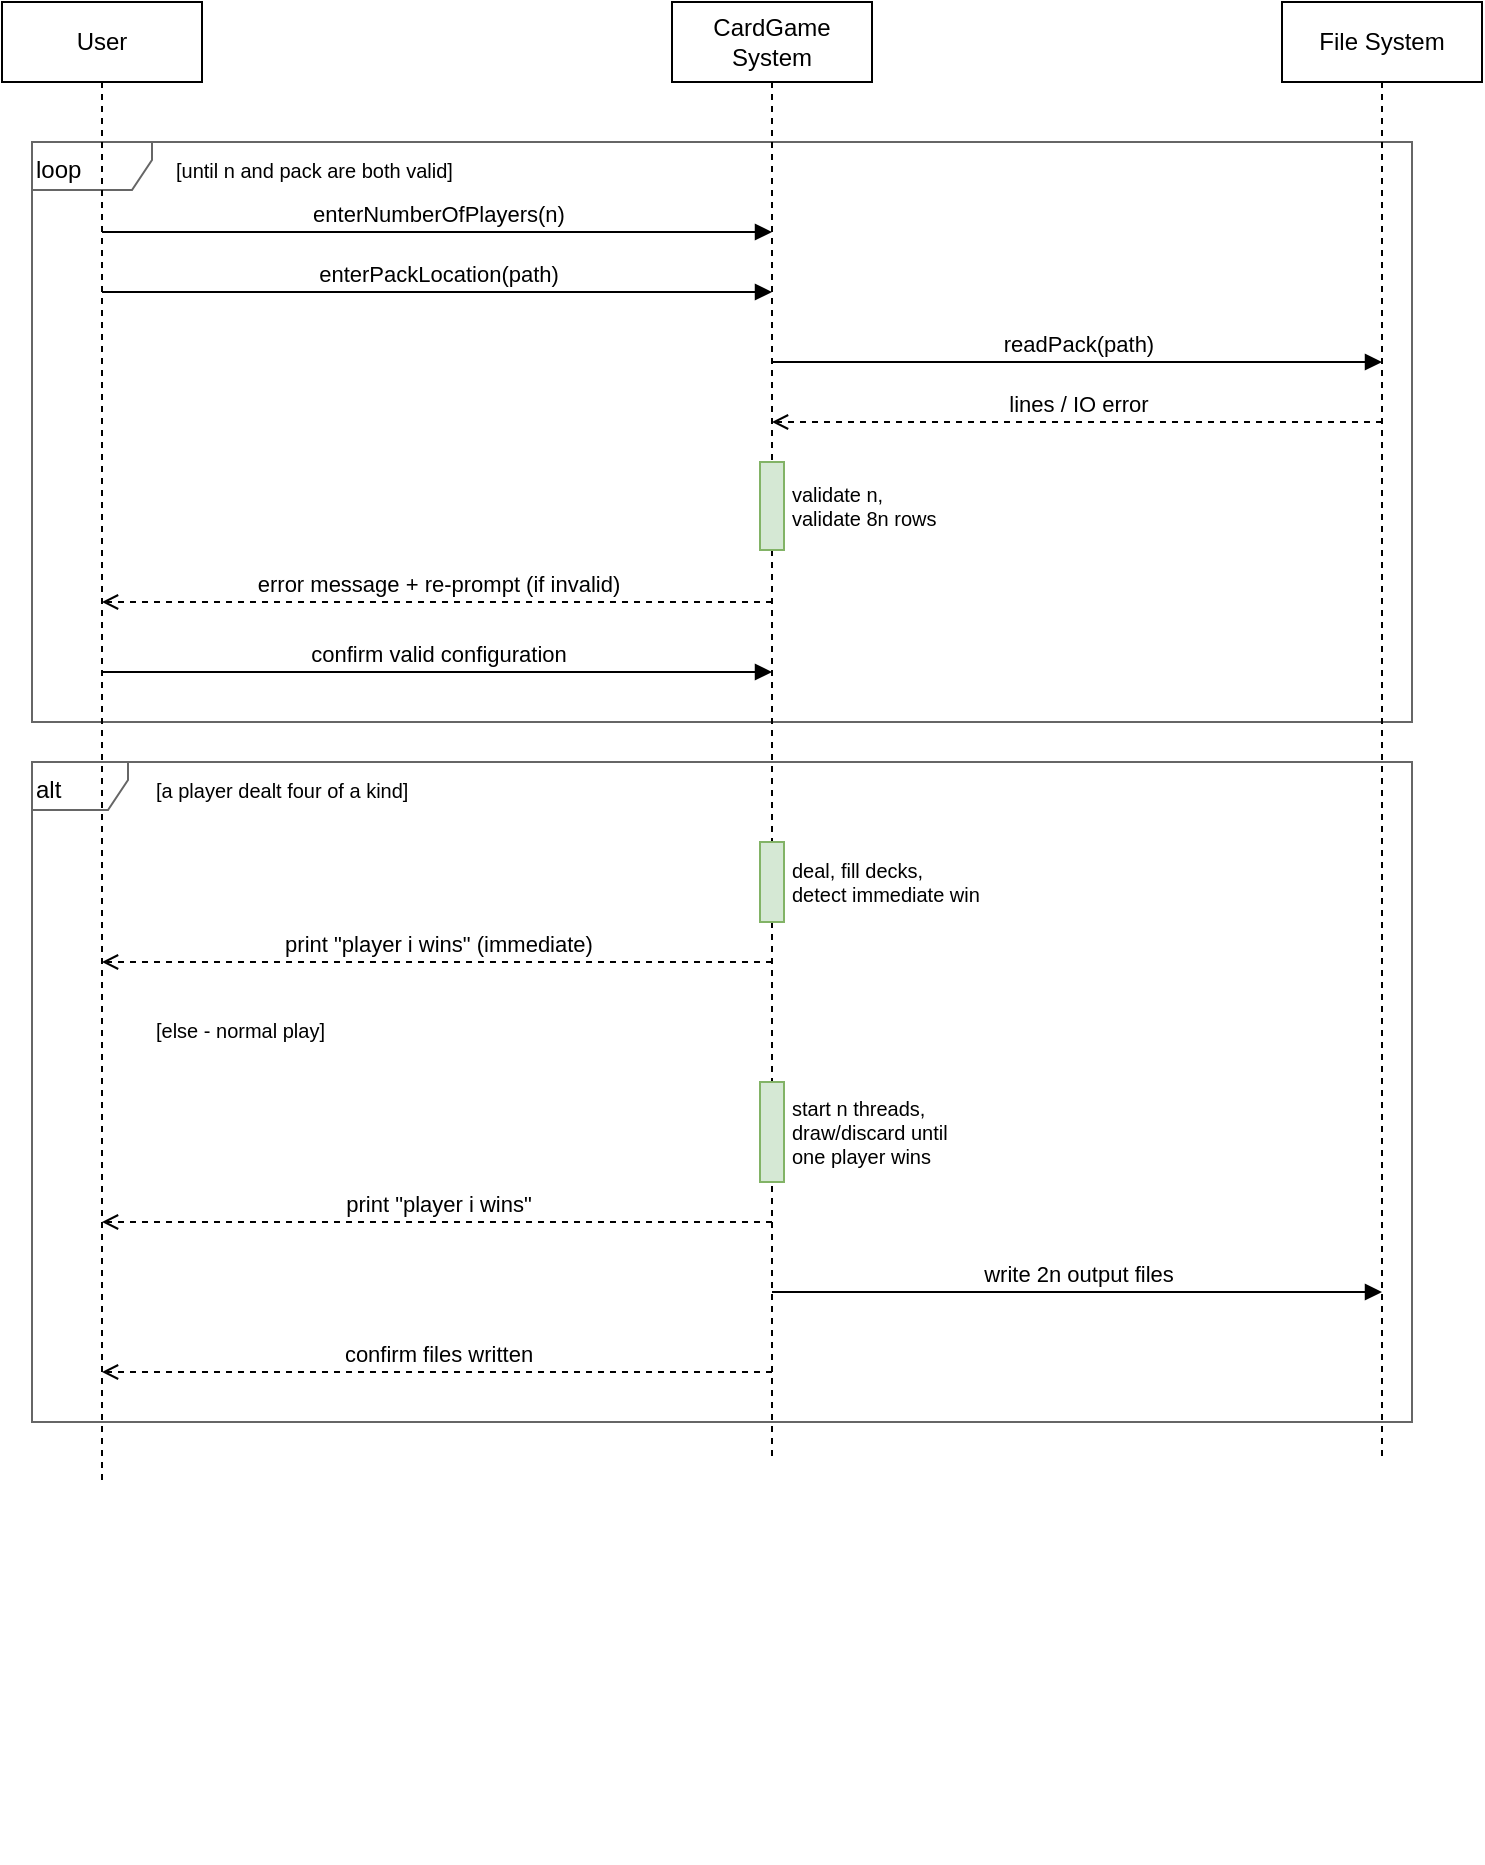
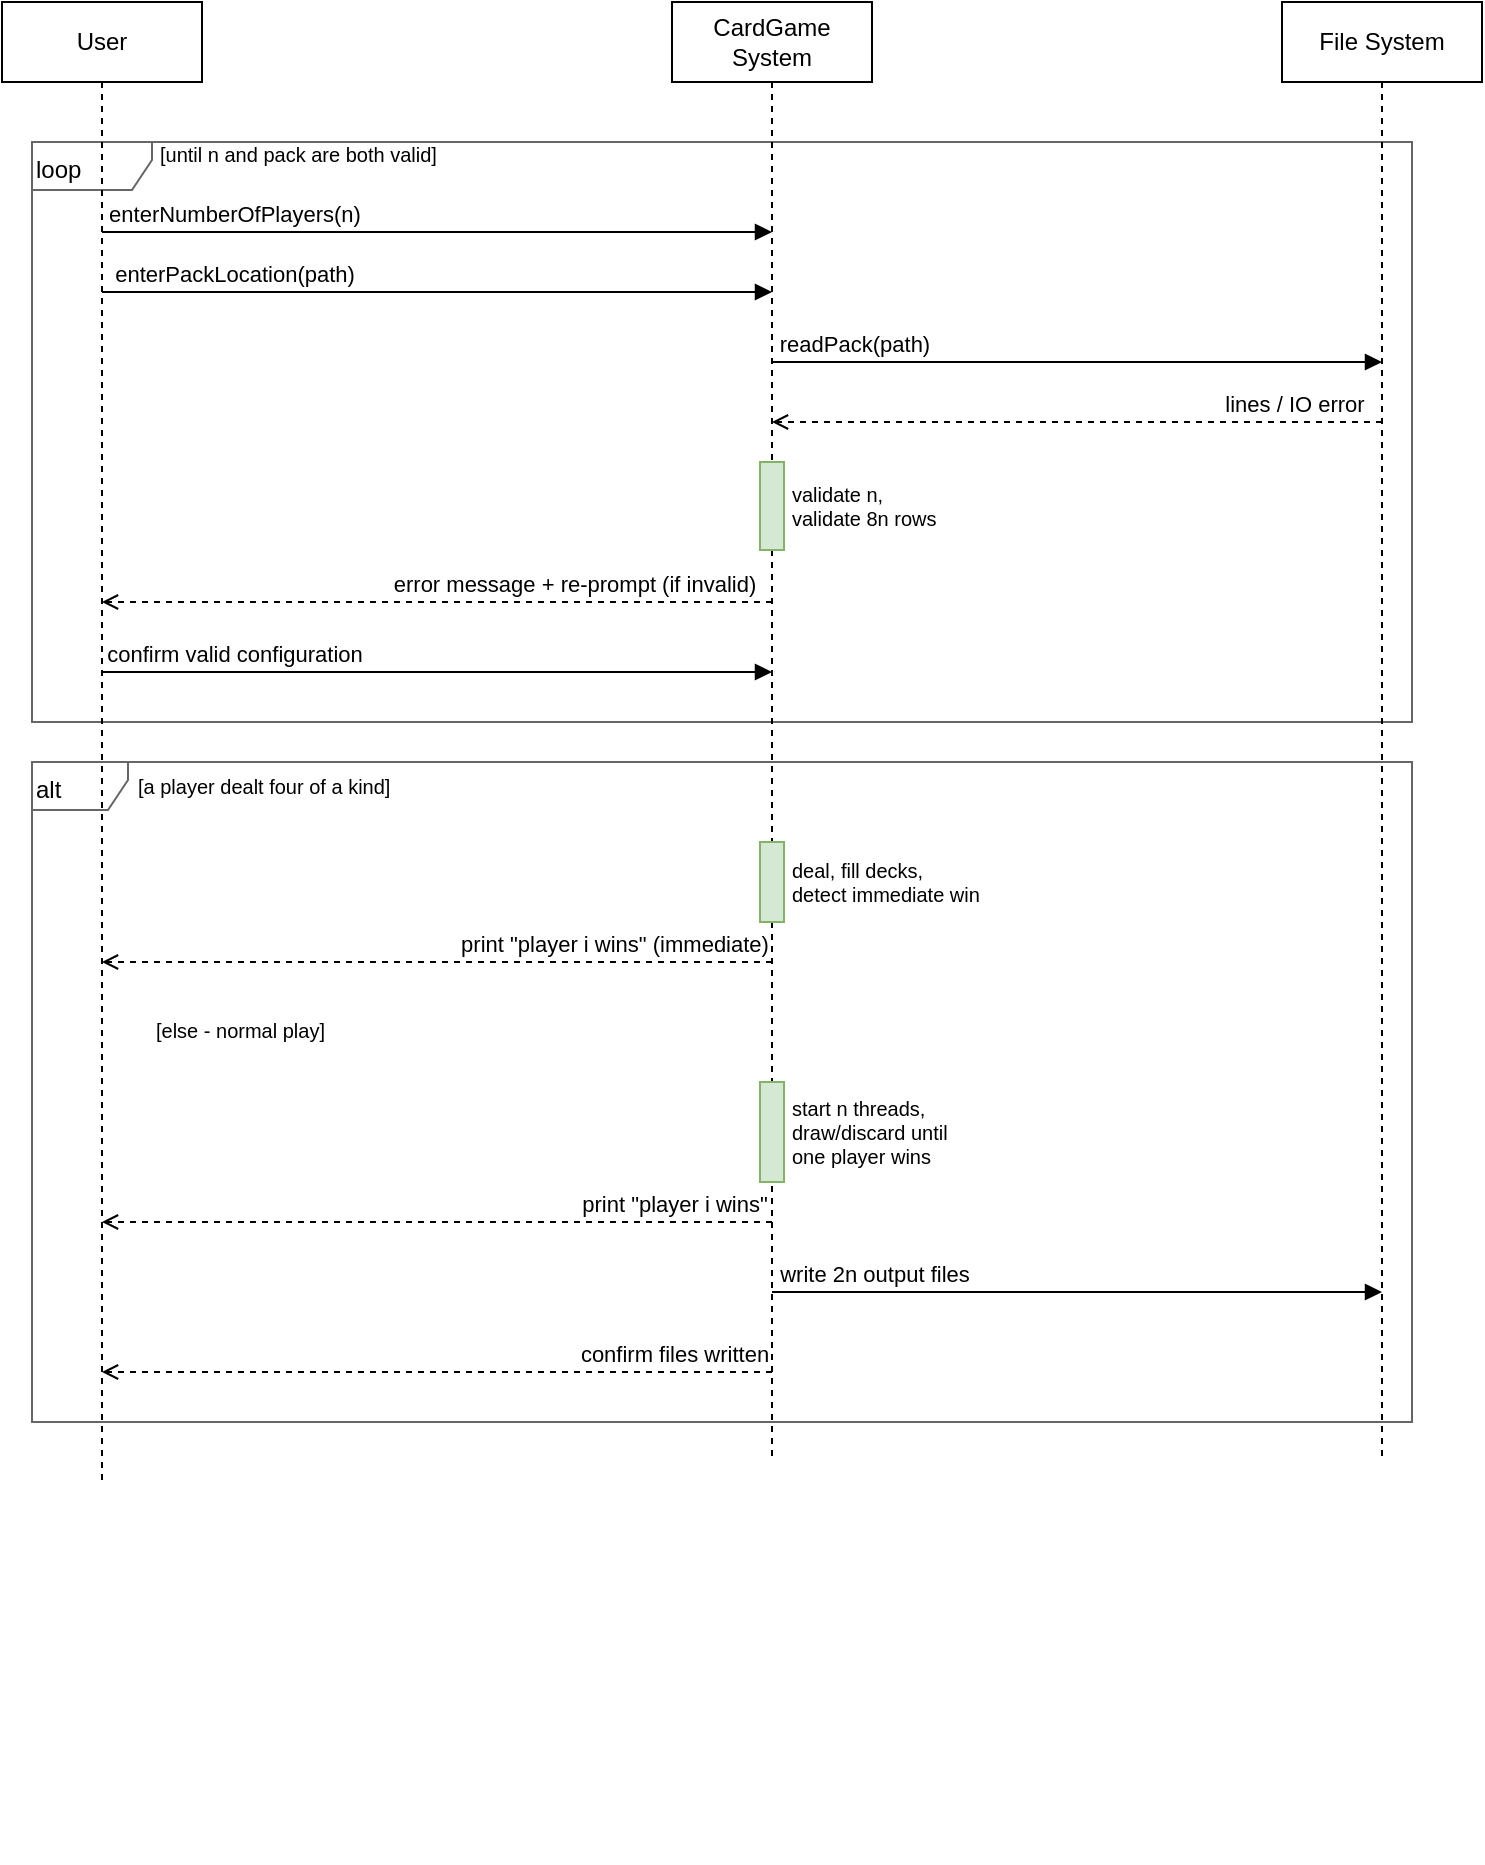
<mxfile host="app.diagrams.net">
  <diagram name="System Sequence Diagram" id="ssd">
    <mxGraphModel grid="1" page="1" gridSize="10" guides="1" tooltips="1" connect="1" arrows="1" fold="1" pageScale="1" pageWidth="850" pageHeight="1100" math="0" shadow="0">
      <root>
        <mxCell id="0" />
        <mxCell id="1" parent="0" />
+         <mxCell id="altFrag" parent="1" style="shape=umlFrame;whiteSpace=wrap;html=1;width=48;height=24;fillColor=none;strokeColor=#666666;align=left;verticalAlign=top;" value="alt" vertex="1">
+           <mxGeometry height="330" width="690" x="79" y="440" as="geometry" />
+         </mxCell>
        <mxCell id="userLine" edge="1" parent="1" style="html=1;points=[];perimeter=orthogonalPerimeter;startSize=8;endSize=8;dashed=1;strokeColor=#999999;" value="">
          <mxGeometry x="75" y="100" as="geometry">
            <mxPoint x="114" y="980" as="sourcePoint" />
            <mxPoint x="114" y="980" as="targetPoint" />
          </mxGeometry>
        </mxCell>
        <mxCell id="sysLine" edge="1" parent="1" style="html=1;dashed=1;strokeColor=#999999;" value="">
          <mxGeometry x="410" y="80" as="geometry">
            <mxPoint x="449" y="980" as="sourcePoint" />
            <mxPoint x="449" y="980" as="targetPoint" />
          </mxGeometry>
        </mxCell>
        <mxCell id="fsLine" edge="1" parent="1" style="html=1;dashed=1;strokeColor=#999999;" value="">
          <mxGeometry x="715" y="100" as="geometry">
            <mxPoint x="754" y="980" as="sourcePoint" />
            <mxPoint x="754" y="980" as="targetPoint" />
          </mxGeometry>
        </mxCell>
        <mxCell id="loopFrag" parent="1" style="shape=umlFrame;whiteSpace=wrap;html=1;width=60;height=24;fillColor=none;strokeColor=#666666;align=left;verticalAlign=top;" value="loop" vertex="1">
          <mxGeometry height="290" width="690" x="79" y="130" as="geometry" />
        </mxCell>
        <mxCell id="loopGuard" parent="1" style="text;html=1;align=left;fontSize=10;" value="[until n and pack are both valid]" vertex="1">
-           <mxGeometry height="20" width="240" x="149" y="132" as="geometry" />
+           <mxGeometry height="20" width="240" x="141" y="124" as="geometry" />
        </mxCell>
        <mxCell id="m1" edge="1" parent="1" style="html=1;verticalAlign=bottom;endArrow=block;endFill=1;" value="enterNumberOfPlayers(n)">
-           <mxGeometry relative="1" as="geometry">
+           <mxGeometry relative="1" x="-0.606" as="geometry">
+             <mxPoint as="offset" />
            <mxPoint x="114" y="175" as="sourcePoint" />
            <mxPoint x="449" y="175" as="targetPoint" />
          </mxGeometry>
        </mxCell>
        <mxCell id="m2" edge="1" parent="1" style="html=1;verticalAlign=bottom;endArrow=block;endFill=1;" value="enterPackLocation(path)">
-           <mxGeometry relative="1" as="geometry">
+           <mxGeometry relative="1" x="-0.606" as="geometry">
+             <mxPoint as="offset" />
            <mxPoint x="114" y="205" as="sourcePoint" />
            <mxPoint x="449" y="205" as="targetPoint" />
          </mxGeometry>
        </mxCell>
        <mxCell id="m3" edge="1" parent="1" style="html=1;verticalAlign=bottom;endArrow=block;endFill=1;" value="readPack(path)">
-           <mxGeometry relative="1" as="geometry">
+           <mxGeometry relative="1" x="-0.7311" as="geometry">
+             <mxPoint as="offset" />
            <mxPoint x="449" y="240" as="sourcePoint" />
            <mxPoint x="754" y="240" as="targetPoint" />
          </mxGeometry>
        </mxCell>
        <mxCell id="m4" edge="1" parent="1" style="html=1;verticalAlign=bottom;endArrow=open;endFill=0;dashed=1;" value="lines / IO error">
-           <mxGeometry relative="1" as="geometry">
+           <mxGeometry relative="1" x="-0.7115" as="geometry">
+             <mxPoint as="offset" />
            <mxPoint x="754" y="270" as="sourcePoint" />
            <mxPoint x="449" y="270" as="targetPoint" />
          </mxGeometry>
        </mxCell>
        <mxCell id="m5" edge="1" parent="1" style="html=1;verticalAlign=bottom;endArrow=open;endFill=0;dashed=1;" value="error message + re-prompt (if invalid)">
-           <mxGeometry relative="1" as="geometry">
+           <mxGeometry relative="1" x="-0.409" as="geometry">
+             <mxPoint as="offset" />
            <mxPoint x="449" y="360" as="sourcePoint" />
            <mxPoint x="114" y="360" as="targetPoint" />
          </mxGeometry>
        </mxCell>
        <mxCell id="m6" edge="1" parent="1" style="html=1;verticalAlign=bottom;endArrow=block;endFill=1;" value="confirm valid configuration">
-           <mxGeometry relative="1" as="geometry">
+           <mxGeometry relative="1" x="-0.606" as="geometry">
+             <mxPoint as="offset" />
            <mxPoint x="114" y="395" as="sourcePoint" />
            <mxPoint x="449" y="395" as="targetPoint" />
          </mxGeometry>
        </mxCell>
        <mxCell id="altGuard1" parent="1" style="text;html=1;align=left;fontSize=10;" value="[a player dealt four of a kind]" vertex="1">
-           <mxGeometry height="20" width="240" x="139" y="442" as="geometry" />
+           <mxGeometry height="20" width="240" x="130" y="440" as="geometry" />
        </mxCell>
        <mxCell id="m7" edge="1" parent="1" style="html=1;verticalAlign=bottom;endArrow=open;endFill=0;dashed=1;" value="print &quot;player i wins&quot; (immediate)">
-           <mxGeometry relative="1" as="geometry">
+           <mxGeometry relative="1" x="-0.5284" as="geometry">
+             <mxPoint as="offset" />
            <mxPoint x="449" y="540" as="sourcePoint" />
            <mxPoint x="114" y="540" as="targetPoint" />
          </mxGeometry>
        </mxCell>
        <mxCell id="altDiv" edge="1" parent="1" style="line;strokeWidth=1;html=1;dashed=1;strokeColor=#999999;" value="">
          <mxGeometry relative="1" as="geometry">
            <mxPoint x="79" y="560" as="sourcePoint" />
            <mxPoint x="769" y="560" as="targetPoint" />
          </mxGeometry>
        </mxCell>
        <mxCell id="altGuard2" parent="1" style="text;html=1;align=left;fontSize=10;" value="[else - normal play]" vertex="1">
          <mxGeometry height="20" width="200" x="139" y="562" as="geometry" />
        </mxCell>
        <mxCell id="m8" edge="1" parent="1" style="html=1;verticalAlign=bottom;endArrow=open;endFill=0;dashed=1;" value="print &quot;player i wins&quot;">
-           <mxGeometry relative="1" as="geometry">
+           <mxGeometry relative="1" x="-0.7075" as="geometry">
+             <mxPoint as="offset" />
            <mxPoint x="449" y="670" as="sourcePoint" />
            <mxPoint x="114" y="670" as="targetPoint" />
          </mxGeometry>
        </mxCell>
        <mxCell id="m9" edge="1" parent="1" style="html=1;verticalAlign=bottom;endArrow=block;endFill=1;" value="write 2n output files">
-           <mxGeometry relative="1" as="geometry">
+           <mxGeometry relative="1" x="-0.6656" as="geometry">
+             <mxPoint as="offset" />
            <mxPoint x="449" y="705" as="sourcePoint" />
            <mxPoint x="754" y="705" as="targetPoint" />
          </mxGeometry>
        </mxCell>
        <mxCell id="m10" edge="1" parent="1" style="html=1;verticalAlign=bottom;endArrow=open;endFill=0;dashed=1;" value="confirm files written">
-           <mxGeometry relative="1" as="geometry">
+           <mxGeometry relative="1" x="-0.7075" as="geometry">
+             <mxPoint as="offset" />
            <mxPoint x="449" y="745" as="sourcePoint" />
            <mxPoint x="114" y="745" as="targetPoint" />
          </mxGeometry>
        </mxCell>
        <mxCell id="xpp0p2KnbhfLJo90xRPL-3" parent="1" style="shape=umlLifeline;perimeter=lifelinePerimeter;whiteSpace=wrap;html=1;container=1;dropTarget=0;collapsible=0;recursiveResize=0;outlineConnect=0;portConstraint=eastwest;newEdgeStyle={&quot;curved&quot;:0,&quot;rounded&quot;:0};" value="User" vertex="1">
          <mxGeometry height="740" width="100" x="64" y="60" as="geometry" />
        </mxCell>
        <mxCell id="xpp0p2KnbhfLJo90xRPL-4" parent="1" style="shape=umlLifeline;perimeter=lifelinePerimeter;whiteSpace=wrap;html=1;container=1;dropTarget=0;collapsible=0;recursiveResize=0;outlineConnect=0;portConstraint=eastwest;newEdgeStyle={&quot;curved&quot;:0,&quot;rounded&quot;:0};" value="CardGame System" vertex="1">
          <mxGeometry height="730" width="100" x="399" y="60" as="geometry" />
        </mxCell>
        <mxCell id="xpp0p2KnbhfLJo90xRPL-5" parent="1" style="shape=umlLifeline;perimeter=lifelinePerimeter;whiteSpace=wrap;html=1;container=1;dropTarget=0;collapsible=0;recursiveResize=0;outlineConnect=0;portConstraint=eastwest;newEdgeStyle={&quot;curved&quot;:0,&quot;rounded&quot;:0};" value="File System" vertex="1">
          <mxGeometry height="730" width="100" x="704" y="60" as="geometry" />
        </mxCell>
        <mxCell id="actVal" parent="1" style="html=1;points=[];perimeter=orthogonalPerimeter;fillColor=#d5e8d4;strokeColor=#82b366;rounded=0;verticalAlign=middle;align=left;spacingLeft=14;fontSize=10;" value="validate n,&#xa;validate 8n rows" vertex="1">
          <mxGeometry height="44" width="12" x="443" y="290" as="geometry" />
        </mxCell>
        <mxCell id="actDeal" parent="1" style="html=1;points=[];fillColor=#d5e8d4;strokeColor=#82b366;rounded=0;verticalAlign=middle;align=left;spacingLeft=14;fontSize=10;" value="deal, fill decks,&#xa;detect immediate win" vertex="1">
          <mxGeometry height="40" width="12" x="443" y="480" as="geometry" />
        </mxCell>
        <mxCell id="actPlay" parent="1" style="html=1;points=[];fillColor=#d5e8d4;strokeColor=#82b366;rounded=0;verticalAlign=middle;align=left;spacingLeft=14;fontSize=10;" value="start n threads,&#xa;draw/discard until&#xa;one player wins" vertex="1">
          <mxGeometry height="50" width="12" x="443" y="600" as="geometry" />
        </mxCell>
-         <mxCell id="altFrag" parent="1" style="shape=umlFrame;whiteSpace=wrap;html=1;width=48;height=24;fillColor=none;strokeColor=#666666;align=left;verticalAlign=top;" value="alt" vertex="1">
-           <mxGeometry height="330" width="690" x="79" y="440" as="geometry" />
-         </mxCell>
      </root>
    </mxGraphModel>
  </diagram>
</mxfile>
